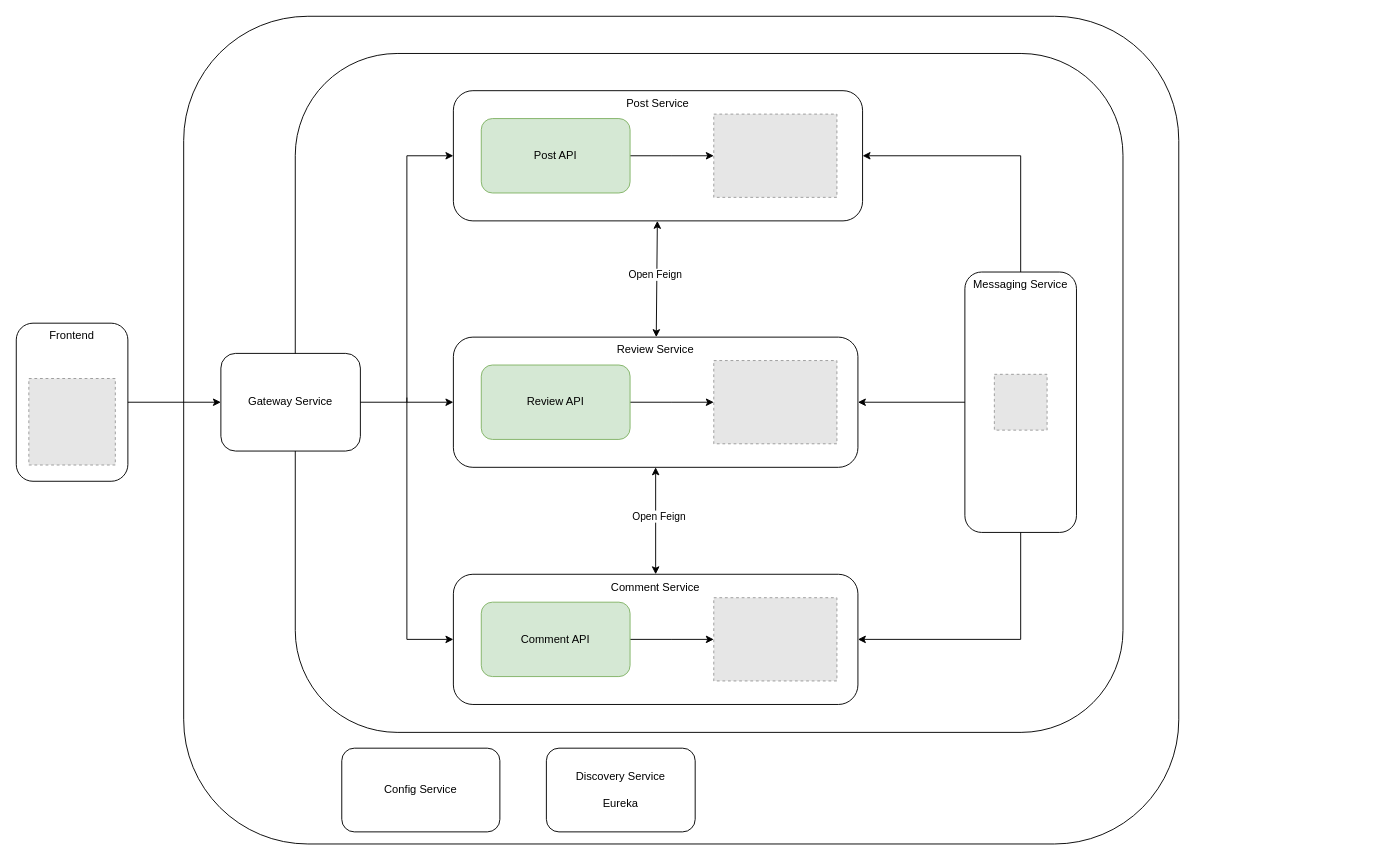
Above: architecture/Architecture.drawio in pxlit-projects/project-MaartenClaesPXL (draw.io), before the change. Source tidied: cells renumbered, new cells numbered last; positions are measured from the earlier drawing's top-left corner, leaving out a move shared by most shapes. Both pictures are drawn from the tidied source at 93%, with x=0, y=0 at pixel (16, 16). Pictures stored in the file or linked from it are replaced by grey dashed boxes.
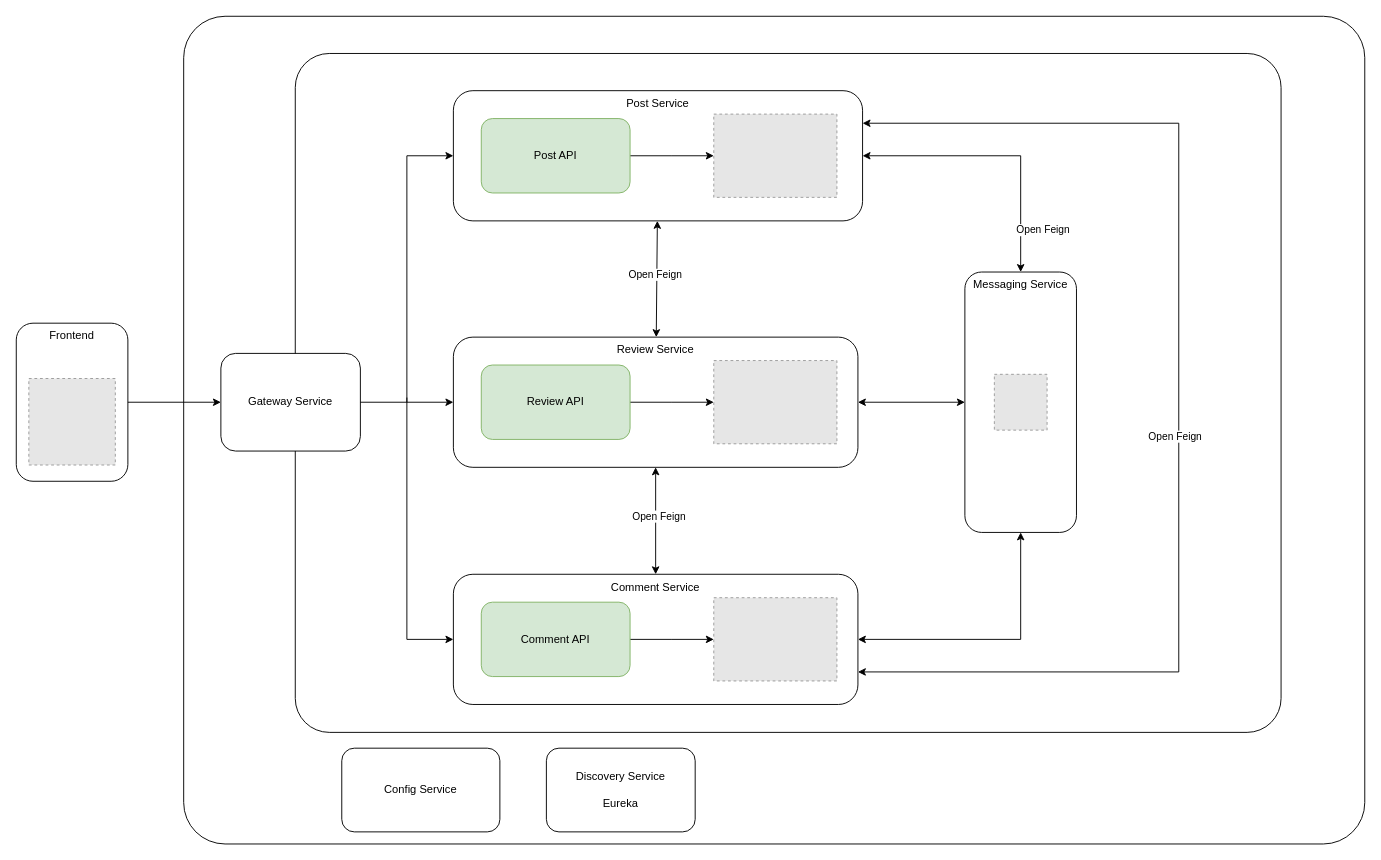
The same page after the edit.

Unchanged cells that the change refers to:
```xml
<mxCell id="7" value="Post Service" style="rounded=1;whiteSpace=wrap;html=1;verticalAlign=top;" parent="1" vertex="1">
  <mxGeometry x="470" y="80" width="440" height="140" as="geometry" />
</mxCell>
<mxCell id="8" value="Review Service" style="rounded=1;whiteSpace=wrap;html=1;verticalAlign=top;" parent="1" vertex="1">
  <mxGeometry x="470" y="345" width="435" height="140" as="geometry" />
</mxCell>
<mxCell id="9" value="Comment Service" style="rounded=1;whiteSpace=wrap;html=1;verticalAlign=top;" parent="1" vertex="1">
  <mxGeometry x="470" y="600" width="435" height="140" as="geometry" />
</mxCell>
<mxCell id="10" value="Messaging Service" style="rounded=1;whiteSpace=wrap;html=1;verticalAlign=top;" parent="1" vertex="1">
  <mxGeometry x="1020" y="275" width="120" height="280" as="geometry" />
</mxCell>
```

The edit, as a diff of the source:
```diff
@@
-    <mxCell id="2" style="rounded=1;whiteSpace=wrap;html=1;direction=east;glass=0;shadow=0;" parent="1" vertex="1">
-      <mxGeometry x="180" width="1070" height="890" as="geometry" />
+    <mxCell id="2" style="rounded=1;whiteSpace=wrap;html=1;direction=east;glass=0;shadow=0;arcSize=5;" parent="1" vertex="1">
+      <mxGeometry x="180" width="1270" height="890" as="geometry" />
     </mxCell>
@@
-    <mxCell id="4" style="rounded=1;whiteSpace=wrap;html=1;" parent="1" vertex="1">
-      <mxGeometry x="300" y="40" width="890" height="730" as="geometry" />
+    <mxCell id="4" style="rounded=1;whiteSpace=wrap;html=1;arcSize=5;" parent="1" vertex="1">
+      <mxGeometry x="300" y="40" width="1060" height="730" as="geometry" />
     </mxCell>
@@
-    <mxCell id="28" style="endArrow=classic;html=1;rounded=0;" parent="1" edge="1" source="10" target="7">
+    <mxCell id="28" style="endArrow=classic;html=1;rounded=0;startArrow=classic;startFill=1;" parent="1" edge="1" source="10" target="7">
       <mxGeometry relative="1" as="geometry">
         <Array as="points">
           <mxPoint x="1080" y="150" />
         </Array>
       </mxGeometry>
     </mxCell>
-    <mxCell id="29" style="endArrow=classic;html=1;rounded=0;" parent="1" edge="1" source="10" target="8">
+    <mxCell id="29" style="endArrow=classic;html=1;rounded=0;startArrow=classic;startFill=1;" parent="1" edge="1" source="10" target="8">
       <mxGeometry relative="1" as="geometry" />
     </mxCell>
-    <mxCell id="30" style="endArrow=classic;html=1;rounded=0;" parent="1" edge="1" source="10" target="9">
+    <mxCell id="30" style="endArrow=classic;html=1;rounded=0;startArrow=classic;startFill=1;" parent="1" edge="1" source="10" target="9">
       <mxGeometry relative="1" as="geometry">
         <Array as="points">
           <mxPoint x="1080" y="670" />
         </Array>
       </mxGeometry>
     </mxCell>
@@
+    <mxCell id="34" style="endArrow=classic;startArrow=classic;html=1;rounded=0;exitX=1;exitY=0.75;exitDx=0;exitDy=0;entryX=1;entryY=0.25;entryDx=0;entryDy=0;jumpStyle=none;jumpSize=6;" parent="1" edge="1" source="9" target="7">
+      <mxGeometry relative="1" as="geometry">
+        <Array as="points">
+          <mxPoint x="1250" y="705" />
+          <mxPoint x="1250" y="115" />
+        </Array>
+      </mxGeometry>
+    </mxCell>
+    <mxCell id="35" value="Open Feign" style="edgeLabel;html=1;align=center;verticalAlign=middle;" parent="34" vertex="1">
+      <mxGeometry x="0.7" y="2" relative="1" as="geometry">
+        <mxPoint x="2" y="112" as="offset" />
+      </mxGeometry>
+    </mxCell>
+    <mxCell id="36" value="Open Feign" style="edgeLabel;html=1;align=center;verticalAlign=middle;" parent="34" vertex="1">
+      <mxGeometry x="-0.06" y="5" relative="1" as="geometry" />
+    </mxCell>
```
